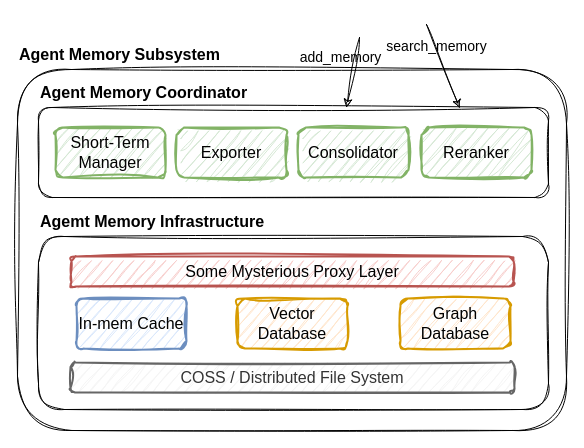
tth37/drawio-diagrams keeps this draw.io diagram as freehand.drawio. Above is the earlier version. Source tidied: cells renumbered, new cells numbered last; positions are measured from the earlier drawing's top-left corner, leaving out a move shared by most shapes. Both pictures are drawn from the tidied source at 100%, with x=0, y=0 at pixel (17, 24).
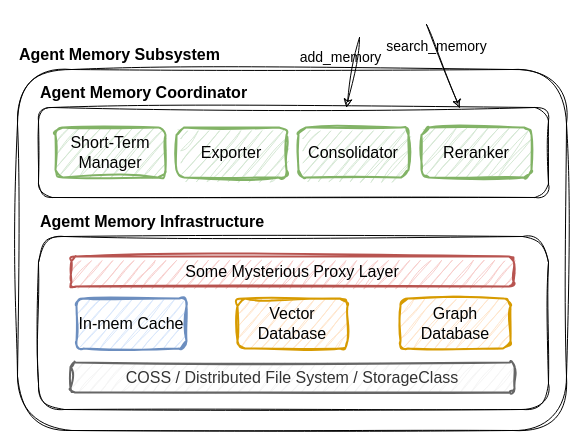
The same page after the edit.

What changed in the source:
```diff
@@
-    <mxCell id="8" value="&lt;p&gt;&lt;font face=&quot;Segoe Print&quot; style=&quot;font-size: 16px;&quot;&gt;COSS / Distributed File System&lt;/font&gt;&lt;/p&gt;" style="rounded=1;whiteSpace=wrap;html=1;sketch=1;curveFitting=1;jiggle=2;glass=0;shadow=0;strokeWidth=2;fillColor=#f5f5f5;fontColor=#333333;strokeColor=#666666;" parent="1" vertex="1">
+    <mxCell id="8" value="&lt;p&gt;&lt;font face=&quot;Segoe Print&quot; style=&quot;font-size: 16px;&quot;&gt;COSS / Distributed File System / StorageClass&lt;/font&gt;&lt;/p&gt;" style="rounded=1;whiteSpace=wrap;html=1;sketch=1;curveFitting=1;jiggle=2;glass=0;shadow=0;strokeWidth=2;fillColor=#f5f5f5;fontColor=#333333;strokeColor=#666666;" parent="1" vertex="1">
       <mxGeometry x="53" y="338" width="444" height="30" as="geometry" />
     </mxCell>
```
